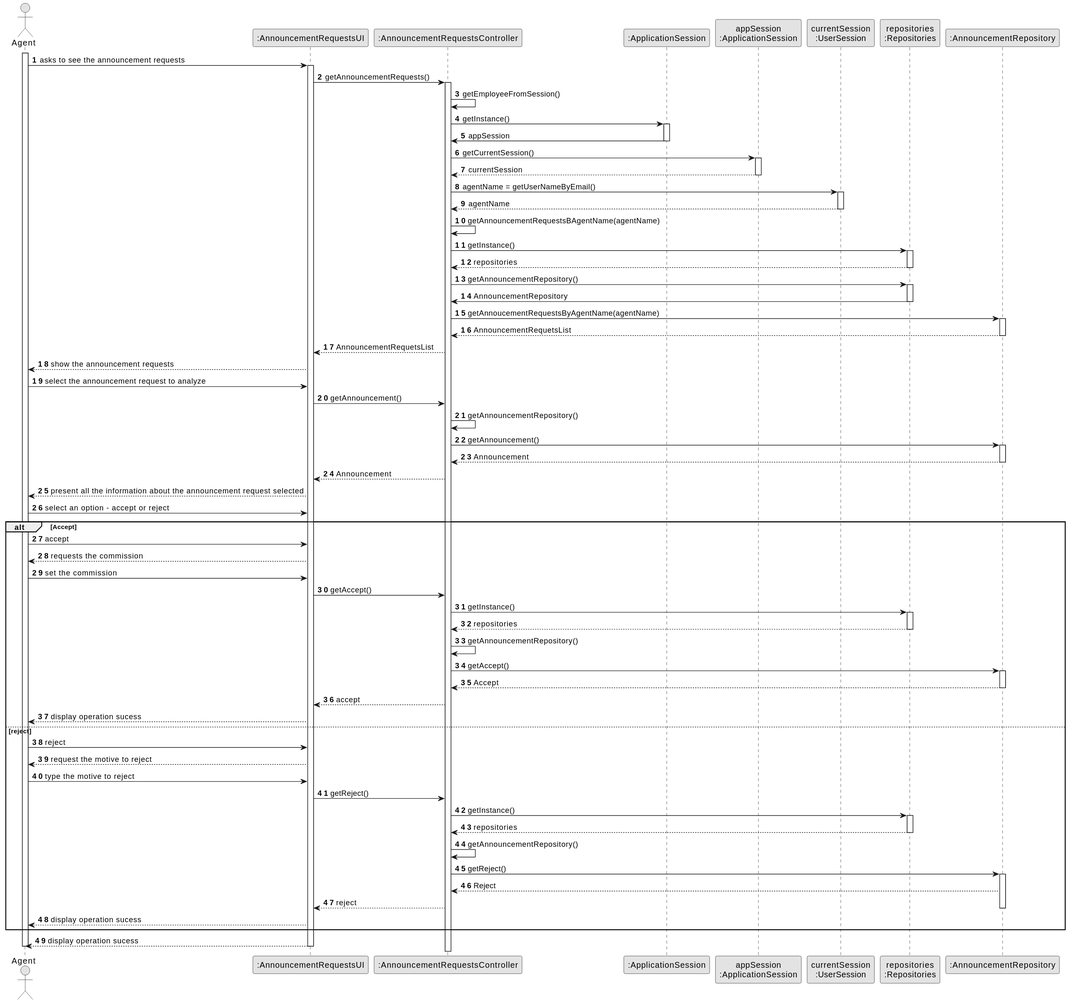
Above: docs/sprintD/US008/03.design/svg/US8_SD.svg in tiagohcorreia/LAPR2 (PlantUML), before the change.
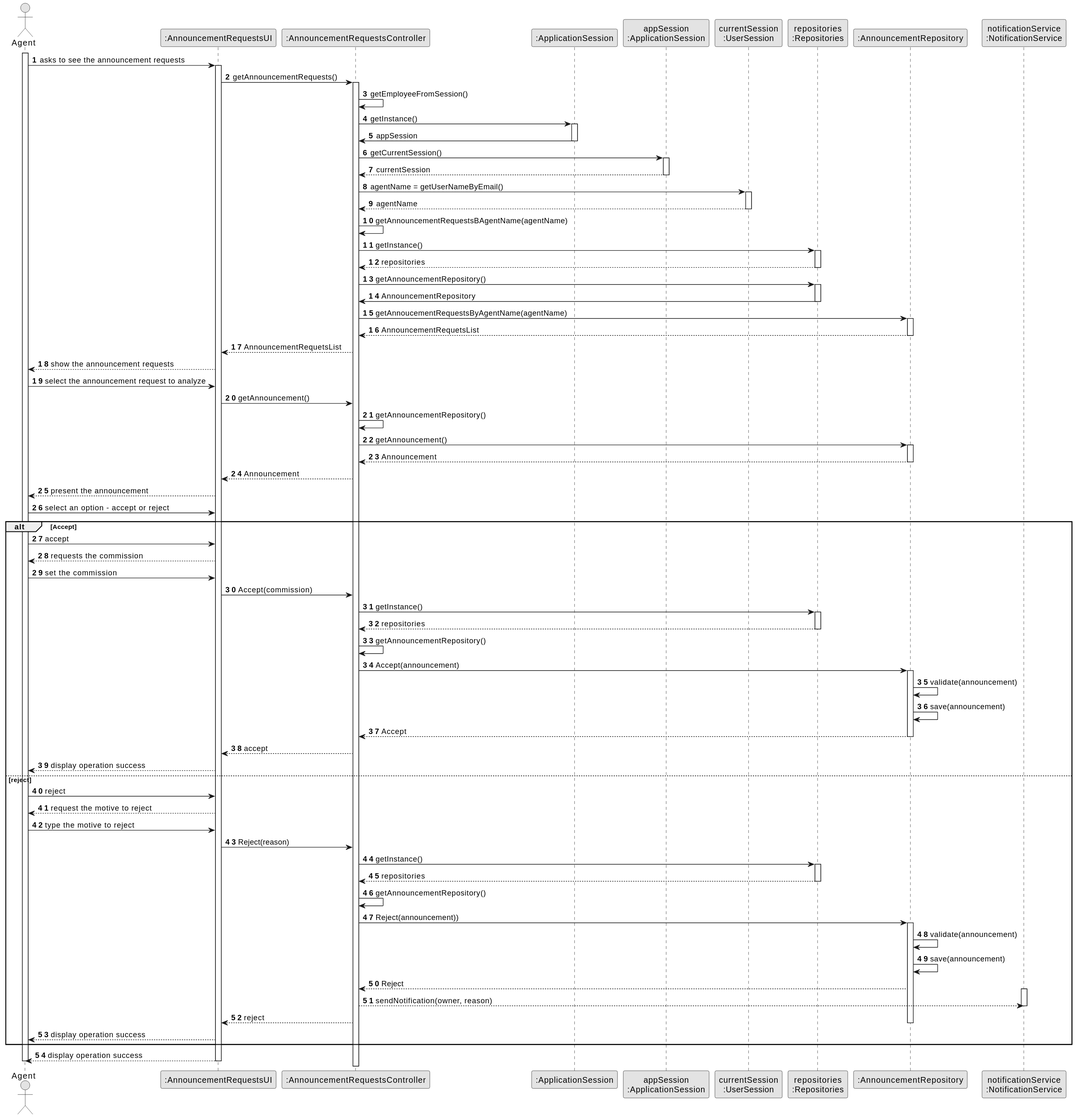
The same file after the commit.

What changed in the source:
```diff
@@ -13,6 +13,7 @@
 participant "currentSession\n:UserSession" as SESSAO
 participant "repositories\n:Repositories" as REP
 participant ":AnnouncementRepository" as AnnouncementREP
+participant "notificationService\n:NotificationService" as NOT
 
 
 
@@ -20,6 +21,7 @@
 
         AG -> UI : asks to see the announcement requests
         activate UI
+
         UI -> CTRL : getAnnouncementRequests()
         activate CTRL
          CTRL -> CTRL : getEmployeeFromSession()
@@ -79,8 +81,7 @@
 
                CTRL --> UI : Announcement
 
-        UI --> AG : present all the information about the announcement request selected
-
+        UI --> AG : present the announcement
         AG -> UI : select an option - accept or reject
 
         alt Accept
@@ -89,7 +90,7 @@
         UI --> AG: requests the commission
         AG -> UI : set the commission
 
-        UI -> CTRL : getAccept()
+        UI -> CTRL : Accept(commission)
          CTRL -> REP : getInstance()
                        activate REP
 
@@ -97,19 +98,21 @@
                        deactivate REP
 
         CTRL -> CTRL: getAnnouncementRepository()
-        CTRL -> AnnouncementREP : getAccept()
+        CTRL -> AnnouncementREP : Accept(announcement)
         activate AnnouncementREP
+        AnnouncementREP -> AnnouncementREP : validate(announcement)
+        AnnouncementREP -> AnnouncementREP : save(announcement)
         AnnouncementREP --> CTRL : Accept
         deactivate AnnouncementREP
         CTRL --> UI : accept
-        UI --> AG: display operation sucess
+        UI --> AG: display operation success
 
 
         else reject
         AG -> UI : reject
         UI --> AG : request the motive to reject
         AG -> UI : type the motive to reject
-        UI -> CTRL : getReject()
+        UI -> CTRL : Reject(reason)
         CTRL -> REP : getInstance()
            activate REP
 
@@ -117,18 +120,26 @@
            deactivate REP
 
                 CTRL -> CTRL: getAnnouncementRepository()
-                CTRL -> AnnouncementREP : getReject()
+                CTRL -> AnnouncementREP : Reject(announcement))
                 activate AnnouncementREP
-                AnnouncementREP --> CTRL : Reject
+                AnnouncementREP -> AnnouncementREP : validate(announcement)
+                AnnouncementREP -> AnnouncementREP : save(announcement)
+                 AnnouncementREP --> CTRL : Reject
+
+               activate NOT
+                CTRL --> NOT: sendNotification(owner, reason)
+
+                deactivate NOT
+
                 CTRL --> UI : reject
                 deactivate AnnouncementREP
-                 UI --> AG: display operation sucess
+                 UI --> AG: display operation success
 
 
 
         end
 
-         UI --> AG: display operation sucess
+         UI --> AG: display operation success
 
 
                     deactivate UI
```
